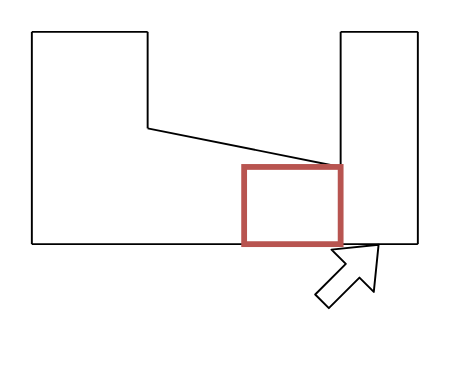
Before: Untitled Diagram.drawio in ashestosea/drawings, a draw.io diagram. Source tidied: cells renumbered, new cells numbered last; positions are measured from the earlier drawing's top-left corner, leaving out a move shared by most shapes. Both pictures are drawn from the tidied source at 193%, with x=0, y=0 at pixel (31, 31).
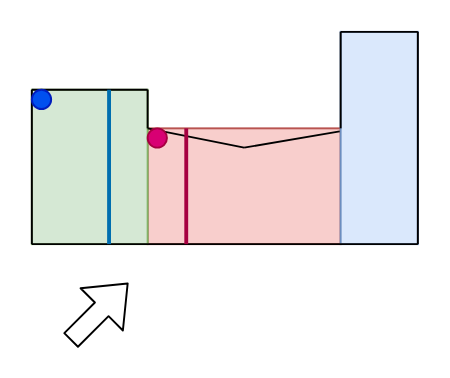
The same diagram, later.

The change refers to these unchanged cells:
```xml
<mxCell id="3" style="group;" parent="1" vertex="1">
  <mxGeometry width="200" height="110" as="geometry" />
</mxCell>
```

Diff of the diagram source:
```diff
@@
     <mxCell id="2" style="shape=flexArrow;endArrow=classic;html=1;" parent="1" edge="1">
       <mxGeometry relative="1" as="geometry">
-        <mxPoint x="150" y="140" as="sourcePoint" />
-        <mxPoint x="180" y="110" as="targetPoint" />
+        <mxPoint x="20" y="160" as="sourcePoint" />
+        <mxPoint x="50" y="130" as="targetPoint" />
       </mxGeometry>
     </mxCell>
@@
+    <mxCell id="13" style="rounded=0;whiteSpace=wrap;html=1;strokeWidth=1;fillColor=#f8cecc;strokeColor=#b85450;" parent="3" vertex="1">
+      <mxGeometry x="60" y="50" width="100" height="60" as="geometry" />
+    </mxCell>
+    <mxCell id="14" style="rounded=0;whiteSpace=wrap;html=1;strokeWidth=1;fillColor=#d5e8d4;strokeColor=#82b366;" parent="3" vertex="1">
+      <mxGeometry y="30" width="60" height="80" as="geometry" />
+    </mxCell>
+    <mxCell id="15" style="rounded=0;whiteSpace=wrap;html=1;strokeWidth=1;fillColor=#dae8fc;strokeColor=#6c8ebf;" parent="3" vertex="1">
+      <mxGeometry x="160" width="40" height="110" as="geometry" />
+    </mxCell>
     <mxCell id="4" style="endArrow=none;html=1;" parent="3" edge="1">
       <mxGeometry relative="1" as="geometry">
         <mxPoint x="60" y="50" as="sourcePoint" />
-        <mxPoint x="160" y="70" as="targetPoint" />
+        <mxPoint x="110" y="60" as="targetPoint" />
       </mxGeometry>
     </mxCell>
     <mxCell id="5" style="endArrow=none;html=1;" parent="3" edge="1">
       <mxGeometry relative="1" as="geometry">
-        <mxPoint x="160" y="70" as="sourcePoint" />
+        <mxPoint x="160" y="50" as="sourcePoint" />
         <mxPoint x="160" as="targetPoint" />
       </mxGeometry>
     </mxCell>
@@
     <mxCell id="8" style="endArrow=none;html=1;" parent="3" edge="1">
       <mxGeometry relative="1" as="geometry">
         <mxPoint y="110" as="sourcePoint" />
-        <mxPoint as="targetPoint" />
+        <mxPoint y="30" as="targetPoint" />
       </mxGeometry>
     </mxCell>
     <mxCell id="9" style="endArrow=none;html=1;" parent="3" edge="1">
       <mxGeometry relative="1" as="geometry">
         <mxPoint x="60" y="50" as="sourcePoint" />
-        <mxPoint x="60" as="targetPoint" />
+        <mxPoint x="60" y="30" as="targetPoint" />
       </mxGeometry>
     </mxCell>
     <mxCell id="10" style="endArrow=none;html=1;" parent="3" edge="1">
       <mxGeometry relative="1" as="geometry">
-        <mxPoint as="sourcePoint" />
-        <mxPoint x="60" as="targetPoint" />
+        <mxPoint y="30" as="sourcePoint" />
+        <mxPoint x="60" y="30" as="targetPoint" />
       </mxGeometry>
     </mxCell>
@@
-    <mxCell id="12" style="rounded=0;whiteSpace=wrap;html=1;strokeColor=#b85450;fillColor=none;strokeWidth=3;" parent="3" vertex="1">
-      <mxGeometry x="110" y="70" width="50" height="40" as="geometry" />
-    </mxCell>
+    <mxCell id="16" style="endArrow=none;html=1;fillColor=#d80073;strokeColor=#A50040;strokeWidth=2;" parent="3" edge="1">
+      <mxGeometry relative="1" as="geometry">
+        <mxPoint x="80" y="110" as="sourcePoint" />
+        <mxPoint x="80" y="50" as="targetPoint" />
+      </mxGeometry>
+    </mxCell>
+    <mxCell id="17" style="endArrow=none;html=1;fillColor=#1ba1e2;strokeColor=#006EAF;strokeWidth=2;" parent="3" edge="1">
+      <mxGeometry relative="1" as="geometry">
+        <mxPoint x="40" y="110" as="sourcePoint" />
+        <mxPoint x="40" y="30" as="targetPoint" />
+      </mxGeometry>
+    </mxCell>
+    <mxCell id="18" style="ellipse;whiteSpace=wrap;html=1;strokeWidth=1;fillColor=#0050ef;strokeColor=#001DBC;fontColor=#ffffff;" parent="3" vertex="1">
+      <mxGeometry y="30" width="10" height="10" as="geometry" />
+    </mxCell>
+    <mxCell id="19" style="ellipse;whiteSpace=wrap;html=1;strokeWidth=1;fillColor=#d80073;strokeColor=#A50040;fontColor=#ffffff;" parent="3" vertex="1">
+      <mxGeometry x="60" y="50" width="10" height="10" as="geometry" />
+    </mxCell>
+    <mxCell id="20" style="endArrow=none;html=1;entryX=-0.012;entryY=0.469;entryDx=0;entryDy=0;entryPerimeter=0;" parent="1" edge="1" target="15">
+      <mxGeometry relative="1" as="geometry">
+        <mxPoint x="110" y="60" as="sourcePoint" />
+      </mxGeometry>
+    </mxCell>
```
